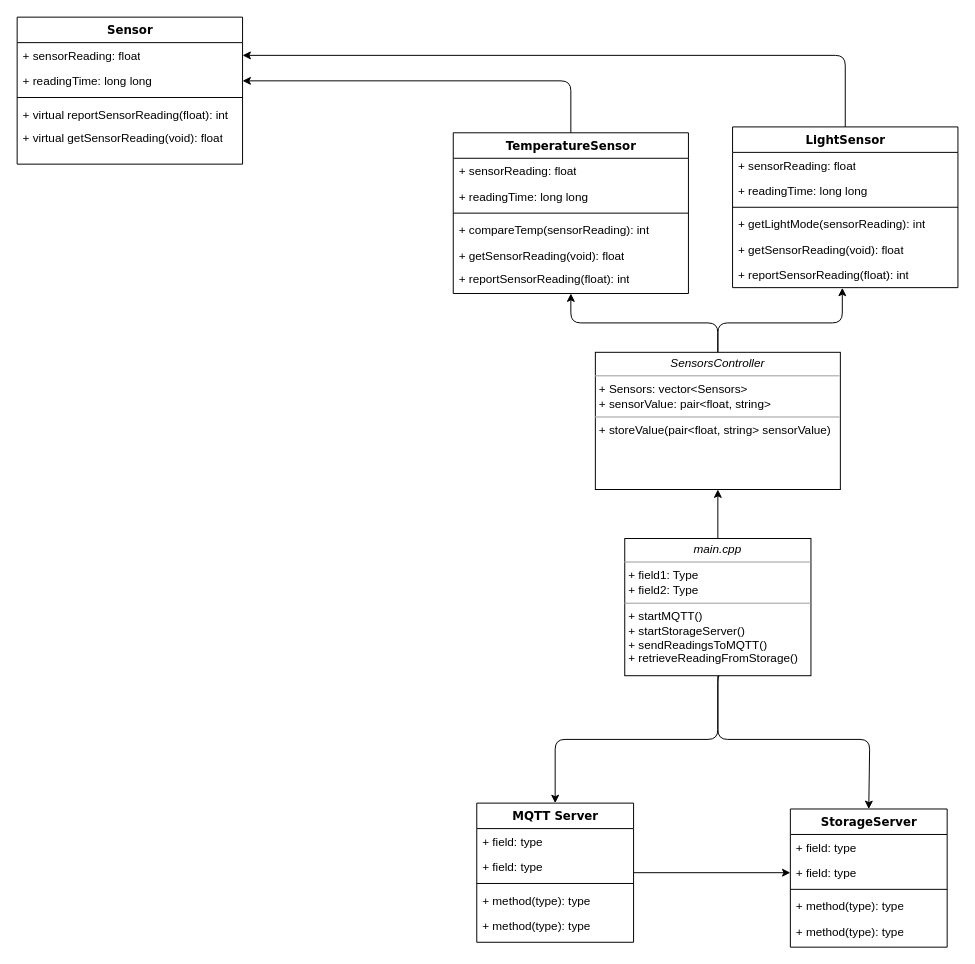
Above: design.drawio in Marcelle-Samir/IoT-MQTT (draw.io), before the change. Source tidied: cells renumbered, new cells numbered last; positions are measured from the earlier drawing's top-left corner, leaving out a move shared by most shapes. Both pictures are drawn from the tidied source at 98%, with x=0, y=0 at pixel (17, 17).
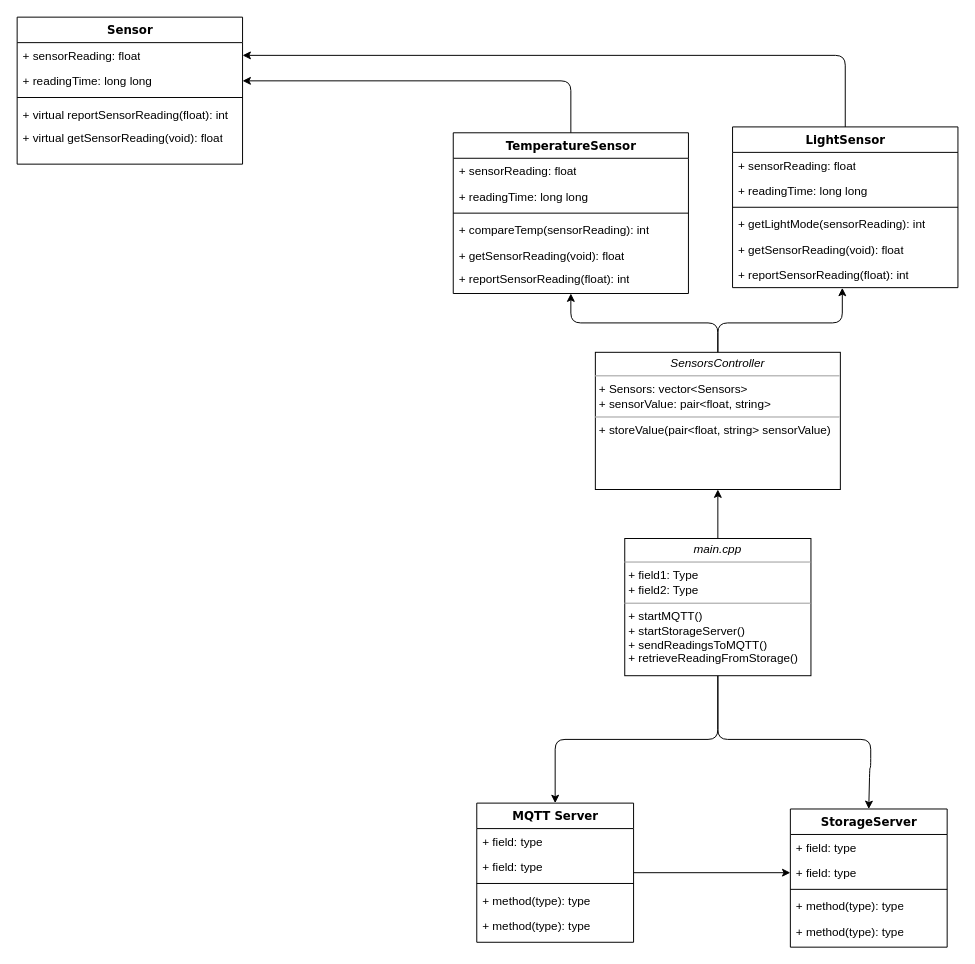
The same page after the edit.

The change refers to these unchanged cells:
```xml
<mxCell id="23" value="StorageServer" style="swimlane;html=1;fontStyle=1;align=center;verticalAlign=top;horizontal=1;startSize=26;swimlaneFillColor=#ffffff;rounded=0;shadow=0;comic=0;labelBackgroundColor=none;strokeWidth=1;fillColor=none;fontFamily=Verdana;fontSize=12;" parent="1" vertex="1">
  <mxGeometry x="789" y="808" width="160" height="141" as="geometry" />
</mxCell>
<mxCell id="32" value="&lt;p style=&quot;margin:0px;margin-top:4px;text-align:center;&quot;&gt;&lt;i&gt;main.cpp&lt;/i&gt;&lt;/p&gt;&lt;hr size=&quot;1&quot;&gt;&lt;p style=&quot;margin:0px;margin-left:4px;&quot;&gt;+ field1: Type&lt;br&gt;+ field2: Type&lt;/p&gt;&lt;hr size=&quot;1&quot;&gt;&lt;p style=&quot;margin:0px;margin-left:4px;&quot;&gt;+ startMQTT()&lt;br&gt;+ startStorageServer()&lt;/p&gt;&lt;p style=&quot;margin:0px;margin-left:4px;&quot;&gt;+ sendReadingsToMQTT()&lt;br&gt;&lt;/p&gt;&lt;p style=&quot;margin:0px;margin-left:4px;&quot;&gt;+ retrieveReadingFromStorage()&lt;br&gt;&lt;/p&gt;" style="verticalAlign=top;align=left;overflow=fill;fontSize=12;fontFamily=Helvetica;html=1;rounded=0;shadow=0;comic=0;labelBackgroundColor=none;strokeWidth=1;" parent="1" vertex="1">
  <mxGeometry x="620" y="532" width="190" height="140" as="geometry" />
</mxCell>
```

Change to the diagram source:
```diff
@@
-    <mxCell id="31" style="edgeStyle=orthogonalEdgeStyle;rounded=1;jettySize=auto;html=1;exitX=0.561;exitY=1.012;exitDx=0;exitDy=0;exitPerimeter=0;curved=0;entryX=0.5;entryY=0;entryDx=0;entryDy=0;" parent="1" edge="1" target="23">
+    <mxCell id="31" style="edgeStyle=orthogonalEdgeStyle;rounded=1;jettySize=auto;html=1;curved=0;entryX=0.5;entryY=0;entryDx=0;entryDy=0;exitX=0.5;exitY=1;exitDx=0;exitDy=0;" parent="1" edge="1" source="32" target="23">
       <mxGeometry relative="1" as="geometry">
-        <mxPoint x="726.6" y="668.7" as="sourcePoint" />
         <Array as="points">
-          <mxPoint x="715" y="669" />
           <mxPoint x="715" y="737" />
-          <mxPoint x="870" y="737" />
+          <mxPoint x="871" y="737" />
+          <mxPoint x="871" y="766" />
+          <mxPoint x="870" y="766" />
           <mxPoint x="870" y="808" />
         </Array>
       </mxGeometry>
     </mxCell>
```
